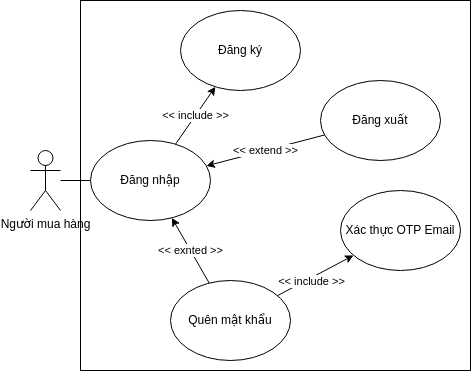
Above: images/usecase-login.png in ocopee/docs (draw.io), before the change. Source tidied: cells renumbered, new cells last; positions are measured from the earlier drawing's top-left corner, leaving out a move shared by most shapes.
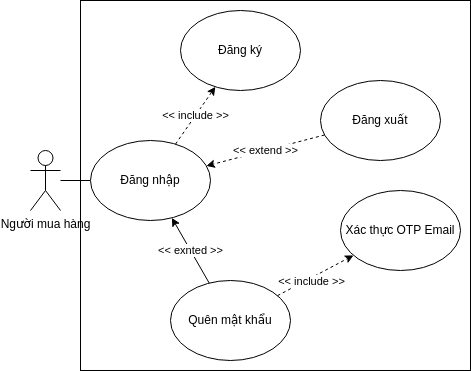
Later version of the same file.

Change to the diagram source:
```diff
@@ -14,10 +14,10 @@
     <mxCell id="5" value="Quên mật khẩu" style="ellipse;whiteSpace=wrap;html=1;" parent="1" vertex="1">
       <mxGeometry x="140" y="280" width="120" height="80" as="geometry" />
     </mxCell>
-    <mxCell id="6" value="&amp;lt;&amp;lt; extend &amp;gt;&amp;gt;" style="endArrow=classic;html=1;rounded=0;" parent="1" edge="1" source="4" target="12">
+    <mxCell id="6" value="&amp;lt;&amp;lt; extend &amp;gt;&amp;gt;" style="endArrow=classic;html=1;rounded=0;dashed=1;" parent="1" edge="1" source="4" target="12">
       <mxGeometry relative="1" as="geometry" />
     </mxCell>
-    <mxCell id="7" style="rounded=0;jettySize=auto;html=1;" parent="1" edge="1" source="5" target="9">
+    <mxCell id="7" style="rounded=0;jettySize=auto;html=1;dashed=1;" parent="1" edge="1" source="5" target="9">
       <mxGeometry relative="1" as="geometry" />
     </mxCell>
     <mxCell id="8" value="&amp;lt;&amp;lt; include &amp;gt;&amp;gt;" style="edgeLabel;html=1;align=center;verticalAlign=middle;" parent="7" vertex="1">
@@ -37,7 +37,7 @@
     <mxCell id="12" value="Đăng nhập" style="ellipse;whiteSpace=wrap;html=1;" parent="1" vertex="1">
       <mxGeometry x="60" y="140" width="120" height="80" as="geometry" />
     </mxCell>
-    <mxCell id="13" value="&amp;lt;&amp;lt; include &amp;gt;&amp;gt;" style="endArrow=classic;html=1;rounded=0;" parent="1" edge="1" source="12" target="3">
+    <mxCell id="13" value="&amp;lt;&amp;lt; include &amp;gt;&amp;gt;" style="endArrow=classic;html=1;rounded=0;dashed=1;" parent="1" edge="1" source="12" target="3">
       <mxGeometry relative="1" as="geometry" />
     </mxCell>
     <mxCell id="14" value="&amp;lt;&amp;lt; exnted &amp;gt;&amp;gt;" style="endArrow=classic;html=1;rounded=0;" parent="1" edge="1" source="5" target="12">
```
